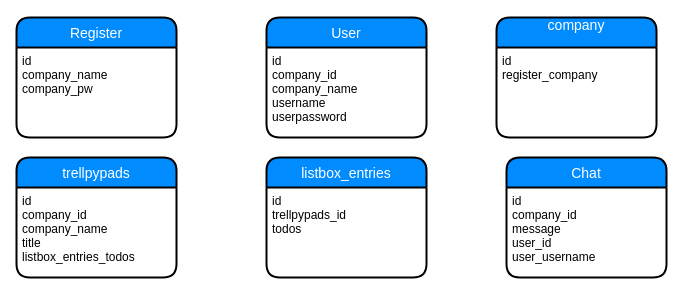
Above: Untitled Diagram.drawio in MarcelPohl97/Notepy (draw.io), before the change. Source tidied: cells renumbered, new cells numbered last; positions are measured from the earlier drawing's top-left corner, leaving out a move shared by most shapes. Both pictures are drawn from the tidied source at 100%, with x=0, y=0 at pixel (16, 17).
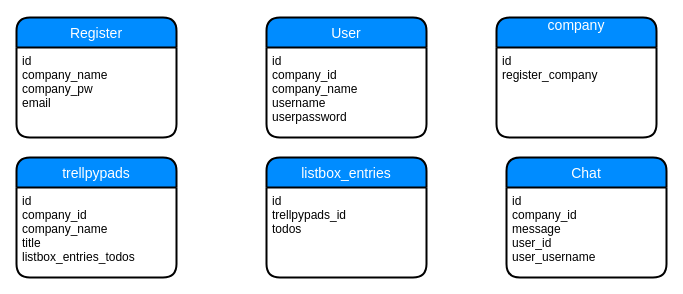
The same page after the edit.

Diff of the diagram source:
```diff
@@
 <mxGraphModel>
   <root>
     <mxCell id="0" />
     <mxCell id="1" parent="0" />
     <mxCell id="2" value="Register" style="swimlane;horizontal=1;startSize=30;fillColor=#008cff;fontColor=#FFFFFF;rounded=1;fontSize=14;fontStyle=0;strokeWidth=2;shadow=0;dashed=0;align=center;" parent="1" vertex="1">
       <mxGeometry width="160" height="120" as="geometry" />
     </mxCell>
-    <mxCell id="3" value="id&#10;company_name&#10;company_pw" style="align=left;strokeColor=none;fillColor=none;spacingLeft=4;fontSize=12;verticalAlign=top;" parent="2" vertex="1">
+    <mxCell id="3" value="id&#10;company_name&#10;company_pw&#10;email" style="align=left;strokeColor=none;fillColor=none;spacingLeft=4;fontSize=12;verticalAlign=top;" parent="2" vertex="1">
       <mxGeometry y="30" width="160" height="90" as="geometry" />
     </mxCell>
     <mxCell id="4" value="User" style="swimlane;horizontal=1;startSize=30;fillColor=#008cff;fontColor=#FFFFFF;rounded=1;fontSize=14;fontStyle=0;strokeWidth=2;shadow=0;dashed=0;align=center;" parent="1" vertex="1">
       <mxGeometry x="250" width="160" height="120" as="geometry" />
     </mxCell>
     <mxCell id="5" value="id&#10;company_id&#10;company_name&#10;username&#10;userpassword" style="align=left;strokeColor=none;fillColor=none;spacingLeft=4;fontSize=12;verticalAlign=top;" parent="4" vertex="1">
       <mxGeometry y="30" width="160" height="90" as="geometry" />
     </mxCell>
     <mxCell id="6" value="Chat" style="swimlane;horizontal=1;startSize=30;fillColor=#008cff;fontColor=#FFFFFF;rounded=1;fontSize=14;fontStyle=0;strokeWidth=2;shadow=0;dashed=0;align=center;" parent="1" vertex="1">
       <mxGeometry x="490" y="140" width="160" height="120" as="geometry" />
     </mxCell>
     <mxCell id="7" value="id&#10;company_id&#10;message&#10;user_id&#10;user_username" style="align=left;strokeColor=none;fillColor=none;spacingLeft=4;fontSize=12;verticalAlign=top;" parent="6" vertex="1">
       <mxGeometry y="30" width="160" height="90" as="geometry" />
     </mxCell>
     <mxCell id="8" value="listbox_entries" style="swimlane;horizontal=1;startSize=30;fillColor=#008cff;fontColor=#FFFFFF;rounded=1;fontSize=14;fontStyle=0;strokeWidth=2;shadow=0;dashed=0;align=center;" parent="1" vertex="1">
       <mxGeometry x="250" y="140" width="160" height="120" as="geometry" />
     </mxCell>
     <mxCell id="9" value="id&#10;trellpypads_id&#10;todos" style="align=left;strokeColor=none;fillColor=none;spacingLeft=4;fontSize=12;verticalAlign=top;" parent="8" vertex="1">
       <mxGeometry y="30" width="160" height="90" as="geometry" />
     </mxCell>
     <mxCell id="10" value="company&#10;" style="swimlane;horizontal=1;startSize=30;fillColor=#008cff;fontColor=#FFFFFF;rounded=1;fontSize=14;fontStyle=0;strokeWidth=2;shadow=0;dashed=0;align=center;" parent="1" vertex="1">
       <mxGeometry x="480" width="160" height="120" as="geometry" />
     </mxCell>
     <mxCell id="11" value="id&#10;register_company" style="align=left;strokeColor=none;fillColor=none;spacingLeft=4;fontSize=12;verticalAlign=top;" parent="10" vertex="1">
       <mxGeometry y="30" width="160" height="90" as="geometry" />
     </mxCell>
     <mxCell id="12" value="trellpypads" style="swimlane;horizontal=1;startSize=30;fillColor=#008cff;fontColor=#FFFFFF;rounded=1;fontSize=14;fontStyle=0;strokeWidth=2;shadow=0;dashed=0;align=center;" parent="1" vertex="1">
       <mxGeometry y="140" width="160" height="120" as="geometry" />
     </mxCell>
     <mxCell id="13" value="id&#10;company_id&#10;company_name&#10;title&#10;listbox_entries_todos" style="align=left;strokeColor=none;fillColor=none;spacingLeft=4;fontSize=12;verticalAlign=top;" parent="12" vertex="1">
       <mxGeometry y="30" width="160" height="90" as="geometry" />
     </mxCell>
   </root>
 </mxGraphModel>
```
